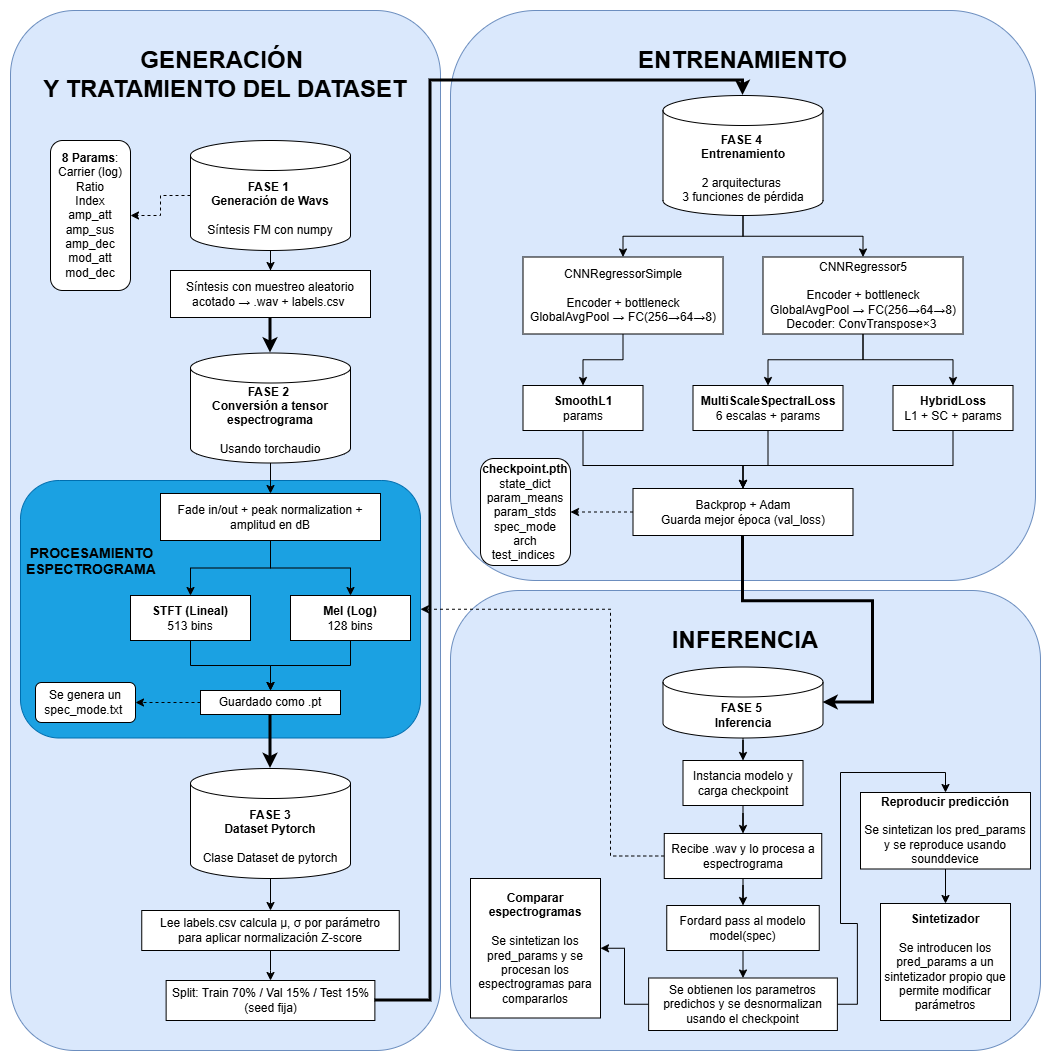
Above: Prototipo5/Documentacion/diagrama.png in Angelji06/TFG-Inferencia-de-sonidos-musicales-usando-sintetizadores-e-IA (draw.io), before the change. Source tidied: cells renumbered, new cells last; positions are measured from the earlier drawing's top-left corner, leaving out a move shared by most shapes.
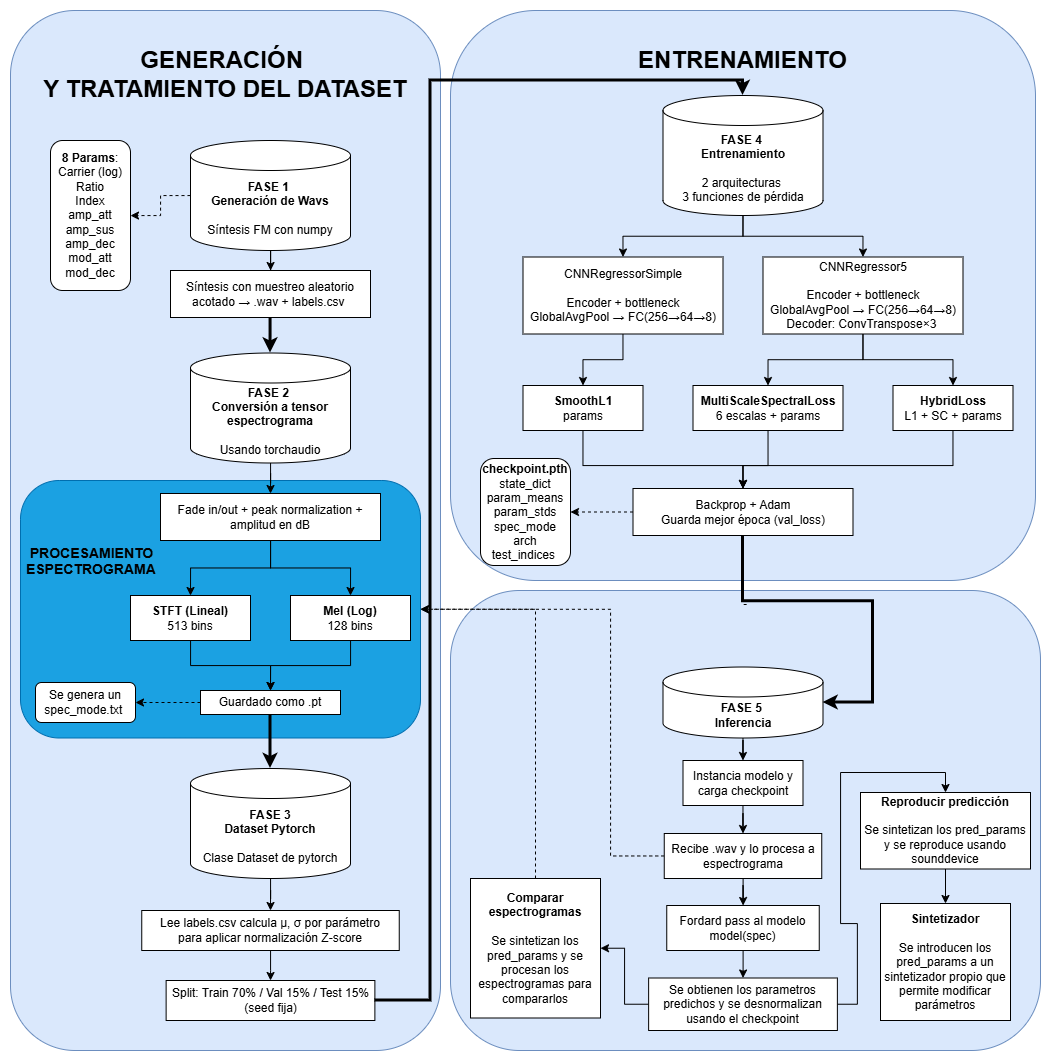
After the change.

Commit message:
Pequeña modificacion diagramas

Change to the diagram source:
```diff
@@ -8,7 +8,7 @@
     <mxCell id="3" value="&lt;div&gt;&lt;b style=&quot;font-size: 24px; background-color: transparent; color: light-dark(rgb(0, 0, 0), rgb(255, 255, 255));&quot;&gt;&lt;br&gt;&lt;/b&gt;&lt;/div&gt;&lt;div&gt;&lt;b style=&quot;font-size: 24px; background-color: transparent; color: light-dark(rgb(0, 0, 0), rgb(255, 255, 255));&quot;&gt;&lt;br&gt;&lt;/b&gt;&lt;/div&gt;&lt;div&gt;&lt;b style=&quot;background-color: transparent; color: light-dark(rgb(0, 0, 0), rgb(255, 255, 255));&quot;&gt;&lt;font style=&quot;font-size: 14px;&quot;&gt;&amp;nbsp;&lt;/font&gt;&lt;/b&gt;&lt;b style=&quot;background-color: transparent; color: light-dark(rgb(0, 0, 0), rgb(255, 255, 255));&quot;&gt;&lt;font style=&quot;font-size: 14px;&quot;&gt;&amp;nbsp;PROCESAMIENTO&lt;/font&gt;&lt;/b&gt;&lt;/div&gt;&lt;div&gt;&lt;b style=&quot;background-color: transparent; color: light-dark(rgb(0, 0, 0), rgb(255, 255, 255));&quot;&gt;&lt;font style=&quot;font-size: 14px;&quot;&gt;&amp;nbsp;ESPECTROGRAMA&lt;/font&gt;&lt;/b&gt;&lt;/div&gt;" style="rounded=1;whiteSpace=wrap;html=1;fontSize=11;verticalAlign=top;fillColor=#1ba1e2;fontColor=#ffffff;strokeColor=#006EAF;align=left;" parent="1" vertex="1">
       <mxGeometry x="10" y="470" width="400" height="257.5" as="geometry" />
     </mxCell>
-    <mxCell id="4" value="&lt;div&gt;&lt;b style=&quot;font-size: 24px; background-color: transparent; color: light-dark(rgb(0, 0, 0), rgb(255, 255, 255));&quot;&gt;&lt;br&gt;&lt;/b&gt;&lt;/div&gt;&lt;div&gt;&lt;b style=&quot;font-size: 24px; background-color: transparent; color: light-dark(rgb(0, 0, 0), rgb(255, 255, 255));&quot;&gt;INFERENCIA&lt;/b&gt;&lt;/div&gt;" style="rounded=1;whiteSpace=wrap;html=1;fillColor=#dae8fc;strokeColor=#6c8ebf;fontSize=11;verticalAlign=top;" parent="1" vertex="1">
+    <mxCell id="4" value="-" style="rounded=1;whiteSpace=wrap;html=1;fillColor=#dae8fc;strokeColor=#6c8ebf;fontSize=11;verticalAlign=top;" parent="1" vertex="1">
       <mxGeometry x="440" y="580" width="590" height="460" as="geometry" />
     </mxCell>
     <mxCell id="5" value="&lt;div&gt;&lt;b&gt;&lt;font style=&quot;font-size: 24px;&quot;&gt;&lt;br&gt;&lt;/font&gt;&lt;/b&gt;&lt;/div&gt;&lt;span style=&quot;font-size: 24px;&quot;&gt;&lt;b&gt;ENTRENAMIENTO&lt;/b&gt;&lt;/span&gt;" style="rounded=1;whiteSpace=wrap;html=1;fillColor=#dae8fc;strokeColor=#6c8ebf;fontSize=11;verticalAlign=top;" parent="1" vertex="1">
@@ -214,6 +214,13 @@
     <mxCell id="63" value="&lt;div&gt;&lt;b&gt;Sintetizador&lt;/b&gt;&lt;/div&gt;&lt;div&gt;&lt;b&gt;&lt;br&gt;&lt;/b&gt;&lt;/div&gt;&lt;div&gt;Se introducen los pred_params a un sintetizador propio que permite modificar parámetros&lt;/div&gt;" style="rounded=0;whiteSpace=wrap;html=1;" parent="1" vertex="1">
       <mxGeometry x="870" y="893" width="130" height="117" as="geometry" />
     </mxCell>
+    <mxCell id="65" style="edgeStyle=orthogonalEdgeStyle;rounded=0;jettySize=auto;html=1;entryX=1;entryY=0.5;entryDx=0;entryDy=0;dashed=1;" parent="1" edge="1" source="64" target="3">
+      <mxGeometry relative="1" as="geometry">
+        <Array as="points">
+          <mxPoint x="525" y="599" />
+        </Array>
+      </mxGeometry>
+    </mxCell>
     <mxCell id="64" value="&lt;div&gt;&lt;b&gt;Comparar espectrogramas&lt;/b&gt;&lt;/div&gt;&lt;div&gt;&lt;b&gt;&lt;br&gt;&lt;/b&gt;&lt;/div&gt;&lt;div&gt;Se sintetizan los pred_params y se procesan los espectrogramas para compararlos&lt;/div&gt;" style="rounded=0;whiteSpace=wrap;html=1;" parent="1" vertex="1">
       <mxGeometry x="460" y="868" width="130" height="139.5" as="geometry" />
     </mxCell>
```
